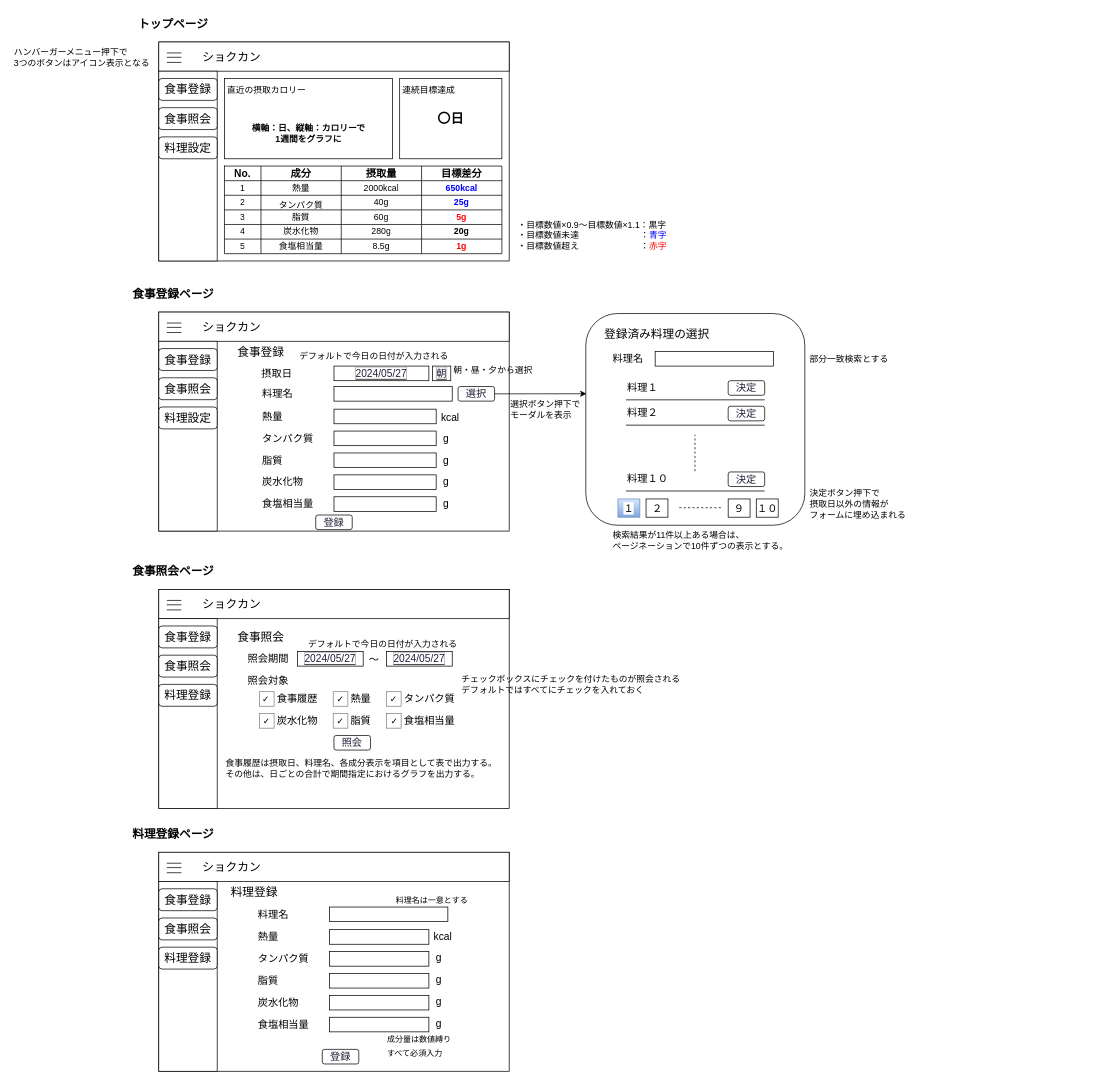
Before: 00_RD_ED_ID/01_画面遷移図.drawio in EijiToriki/mealManagement, a draw.io diagram. Source tidied: cells renumbered, new cells numbered last; positions are measured from the earlier drawing's top-left corner, leaving out a move shared by most shapes. Both pictures are drawn from the tidied source at 73%, with x=0, y=0 at pixel (12, 12).
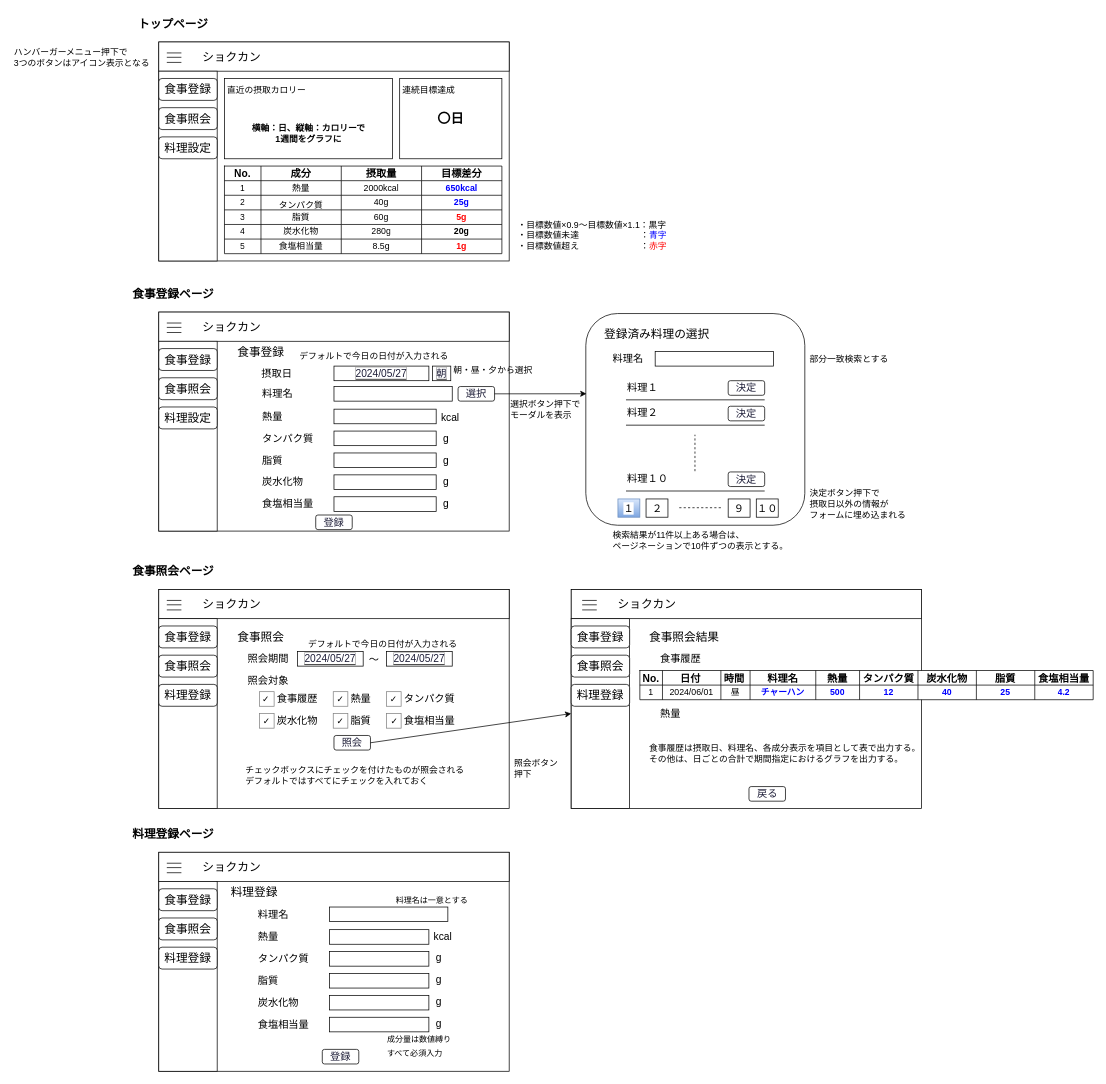
After the change.

The change refers to these unchanged cells:
```xml
<mxCell id="145" value="照会" style="rounded=1;whiteSpace=wrap;html=1;labelBackgroundColor=none;fontSize=14;fontColor=#1e1e38;" parent="1" vertex="1">
  <mxGeometry x="440" y="990" width="50" height="20" as="geometry" />
</mxCell>
```

What changed in the source:
```diff
@@
+    <mxCell id="188" style="rounded=0;whiteSpace=wrap;html=1;fontSize=16;" parent="1" vertex="1">
+      <mxGeometry x="765" y="830" width="80" height="260" as="geometry" />
+    </mxCell>
+    <mxCell id="189" style="rounded=0;whiteSpace=wrap;html=1;" parent="1" vertex="1">
+      <mxGeometry x="765" y="790" width="480" height="300" as="geometry" />
+    </mxCell>
@@
     <mxCell id="138" value="チェックボックスにチェックを付けたものが照会される&lt;br&gt;デフォルトではすべてにチェックを入れておく" style="text;html=1;strokeColor=none;fillColor=none;align=left;verticalAlign=middle;whiteSpace=wrap;rounded=0;fontSize=12;fontColor=#000000;" parent="1" vertex="1">
-      <mxGeometry x="613" y="895" width="327" height="50" as="geometry" />
+      <mxGeometry x="316.5" y="1020" width="327" height="50" as="geometry" />
     </mxCell>
@@
     <mxCell id="148" value="食事履歴は摂取日、料理名、各成分表示を項目として表で出力する。&lt;br&gt;その他は、日ごとの合計で期間指定におけるグラフを出力する。" style="text;html=1;strokeColor=none;fillColor=none;align=left;verticalAlign=middle;whiteSpace=wrap;rounded=0;fontSize=12;fontColor=#000000;" parent="1" vertex="1">
-      <mxGeometry x="290" y="1010" width="380" height="50" as="geometry" />
+      <mxGeometry x="870" y="990" width="380" height="50" as="geometry" />
     </mxCell>
@@
+    <mxCell id="190" style="rounded=0;whiteSpace=wrap;html=1;fontSize=16;" parent="1" vertex="1">
+      <mxGeometry x="765" y="790" width="480" height="40" as="geometry" />
+    </mxCell>
+    <mxCell id="191" style="rounded=0;whiteSpace=wrap;html=1;fontSize=16;" parent="1" vertex="1">
+      <mxGeometry x="765" y="830" width="80" height="260" as="geometry" />
+    </mxCell>
+    <mxCell id="192" value="食事登録" style="rounded=1;whiteSpace=wrap;html=1;fontSize=16;" parent="1" vertex="1">
+      <mxGeometry x="765" y="840" width="80" height="30" as="geometry" />
+    </mxCell>
+    <mxCell id="193" value="食事照会" style="rounded=1;whiteSpace=wrap;html=1;fontSize=16;" parent="1" vertex="1">
+      <mxGeometry x="765" y="880" width="80" height="30" as="geometry" />
+    </mxCell>
+    <mxCell id="194" value="料理登録" style="rounded=1;whiteSpace=wrap;html=1;fontSize=16;" parent="1" vertex="1">
+      <mxGeometry x="765" y="920" width="80" height="30" as="geometry" />
+    </mxCell>
+    <mxCell id="195" value="ショクカン" style="text;html=1;strokeColor=none;fillColor=none;align=center;verticalAlign=middle;whiteSpace=wrap;rounded=0;fontStyle=0;fontSize=16;" parent="1" vertex="1">
+      <mxGeometry x="809" y="795" width="120" height="30" as="geometry" />
+    </mxCell>
+    <mxCell id="196" style="group;" parent="1" vertex="1">
+      <mxGeometry x="780" y="805" width="20" height="13" as="geometry" />
+    </mxCell>
+    <mxCell id="197" style="endArrow=none;html=1;fontSize=16;" parent="196" edge="1">
+      <mxGeometry relative="1" as="geometry">
+        <mxPoint x="20" as="sourcePoint" />
+        <mxPoint as="targetPoint" />
+      </mxGeometry>
+    </mxCell>
+    <mxCell id="198" style="endArrow=none;html=1;fontSize=16;" parent="196" edge="1">
+      <mxGeometry relative="1" as="geometry">
+        <mxPoint x="20" y="6" as="sourcePoint" />
+        <mxPoint y="6" as="targetPoint" />
+      </mxGeometry>
+    </mxCell>
+    <mxCell id="199" style="endArrow=none;html=1;fontSize=16;" parent="196" edge="1">
+      <mxGeometry relative="1" as="geometry">
+        <mxPoint x="20" y="13" as="sourcePoint" />
+        <mxPoint y="13" as="targetPoint" />
+      </mxGeometry>
+    </mxCell>
+    <mxCell id="200" value="食事照会結果" style="text;html=1;strokeColor=none;fillColor=none;align=center;verticalAlign=middle;whiteSpace=wrap;rounded=0;fontStyle=0;fontSize=16;" parent="1" vertex="1">
+      <mxGeometry x="860" y="840" width="120" height="30" as="geometry" />
+    </mxCell>
+    <mxCell id="201" value="食事履歴" style="text;html=1;strokeColor=none;fillColor=none;align=left;verticalAlign=middle;whiteSpace=wrap;rounded=0;fontStyle=0;fontSize=14;" parent="1" vertex="1">
+      <mxGeometry x="885" y="870" width="70" height="30" as="geometry" />
+    </mxCell>
+    <mxCell id="202" style="shape=table;html=1;whiteSpace=wrap;startSize=0;childLayout=tableLayout;fontSize=16;" parent="1" vertex="1">
+      <mxGeometry x="859" y="901" width="621" height="40" as="geometry" />
+    </mxCell>
+    <mxCell id="203" style="shape=tableRow;horizontal=0;startSize=0;swimlaneHead=0;swimlaneBody=0;top=0;left=0;bottom=0;right=0;fillColor=none;fontSize=16;fontStyle=1;" parent="202" vertex="1">
+      <mxGeometry width="621" height="20" as="geometry" />
+    </mxCell>
+    <mxCell id="204" value="&lt;span style=&quot;font-size: 14px;&quot;&gt;No.&lt;/span&gt;" style="shape=partialRectangle;html=1;whiteSpace=wrap;fillColor=none;top=0;left=0;bottom=0;right=0;overflow=hidden;fontSize=14;fontStyle=1;" parent="203" vertex="1">
+      <mxGeometry width="31" height="20" as="geometry" />
+    </mxCell>
+    <mxCell id="205" value="日付&lt;span style=&quot;white-space: pre;&quot;&gt;&#9;&lt;/span&gt;" style="shape=partialRectangle;html=1;whiteSpace=wrap;fillColor=none;top=0;left=0;bottom=0;right=0;overflow=hidden;fontSize=14;fontStyle=1;" parent="203" vertex="1">
+      <mxGeometry x="31" width="80" height="20" as="geometry" />
+    </mxCell>
+    <mxCell id="206" value="時間&lt;span style=&quot;white-space: pre;&quot;&gt;&#9;&lt;/span&gt;" style="shape=partialRectangle;html=1;whiteSpace=wrap;fillColor=none;top=0;left=0;bottom=0;right=0;overflow=hidden;fontSize=14;fontStyle=1;" parent="203" vertex="1">
+      <mxGeometry x="111" width="40" height="20" as="geometry" />
+    </mxCell>
+    <mxCell id="207" value="料理名" style="shape=partialRectangle;html=1;whiteSpace=wrap;fillColor=none;top=0;left=0;bottom=0;right=0;overflow=hidden;fontSize=14;fontStyle=1;" parent="203" vertex="1">
+      <mxGeometry x="151" width="90" height="20" as="geometry" />
+    </mxCell>
+    <mxCell id="208" value="熱量" style="shape=partialRectangle;html=1;whiteSpace=wrap;fillColor=none;top=0;left=0;bottom=0;right=0;overflow=hidden;fontSize=14;fontStyle=1;" parent="203" vertex="1">
+      <mxGeometry x="241" width="60" height="20" as="geometry" />
+    </mxCell>
+    <mxCell id="209" value="タンパク質" style="shape=partialRectangle;html=1;whiteSpace=wrap;fillColor=none;top=0;left=0;bottom=0;right=0;overflow=hidden;fontSize=14;fontStyle=1;" parent="203" vertex="1">
+      <mxGeometry x="301" width="80" height="20" as="geometry" />
+    </mxCell>
+    <mxCell id="210" value="炭水化物" style="shape=partialRectangle;html=1;whiteSpace=wrap;fillColor=none;top=0;left=0;bottom=0;right=0;overflow=hidden;fontSize=14;fontStyle=1;" parent="203" vertex="1">
+      <mxGeometry x="381" width="80" height="20" as="geometry" />
+    </mxCell>
+    <mxCell id="211" value="脂質" style="shape=partialRectangle;html=1;whiteSpace=wrap;fillColor=none;top=0;left=0;bottom=0;right=0;overflow=hidden;fontSize=14;fontStyle=1;" parent="203" vertex="1">
+      <mxGeometry x="461" width="80" height="20" as="geometry" />
+    </mxCell>
+    <mxCell id="212" value="食塩相当量" style="shape=partialRectangle;html=1;whiteSpace=wrap;fillColor=none;top=0;left=0;bottom=0;right=0;overflow=hidden;fontSize=14;fontStyle=1;" parent="203" vertex="1">
+      <mxGeometry x="541" width="80" height="20" as="geometry" />
+    </mxCell>
+    <mxCell id="213" style="shape=tableRow;horizontal=0;startSize=0;swimlaneHead=0;swimlaneBody=0;top=0;left=0;bottom=0;right=0;fillColor=none;fontSize=16;" parent="202" vertex="1">
+      <mxGeometry y="20" width="621" height="20" as="geometry" />
+    </mxCell>
+    <mxCell id="214" value="1" style="shape=partialRectangle;html=1;whiteSpace=wrap;fillColor=none;top=0;left=0;bottom=0;right=0;overflow=hidden;fontSize=12;" parent="213" vertex="1">
+      <mxGeometry width="31" height="20" as="geometry" />
+    </mxCell>
+    <mxCell id="215" value="2024/06/01" style="shape=partialRectangle;html=1;whiteSpace=wrap;fillColor=none;top=0;left=0;bottom=0;right=0;overflow=hidden;fontSize=12;" parent="213" vertex="1">
+      <mxGeometry x="31" width="80" height="20" as="geometry" />
+    </mxCell>
+    <mxCell id="216" value="昼" style="shape=partialRectangle;html=1;whiteSpace=wrap;fillColor=none;top=0;left=0;bottom=0;right=0;overflow=hidden;fontSize=12;" parent="213" vertex="1">
+      <mxGeometry x="111" width="40" height="20" as="geometry" />
+    </mxCell>
+    <mxCell id="217" value="チャーハン" style="shape=partialRectangle;html=1;whiteSpace=wrap;fillColor=none;top=0;left=0;bottom=0;right=0;overflow=hidden;fontSize=12;fontColor=#0000FF;fontStyle=1;" parent="213" vertex="1">
+      <mxGeometry x="151" width="90" height="20" as="geometry" />
+    </mxCell>
+    <mxCell id="218" value="500" style="shape=partialRectangle;html=1;whiteSpace=wrap;fillColor=none;top=0;left=0;bottom=0;right=0;overflow=hidden;fontSize=12;fontColor=#0000FF;fontStyle=1;" parent="213" vertex="1">
+      <mxGeometry x="241" width="60" height="20" as="geometry" />
+    </mxCell>
+    <mxCell id="219" value="12" style="shape=partialRectangle;html=1;whiteSpace=wrap;fillColor=none;top=0;left=0;bottom=0;right=0;overflow=hidden;fontSize=12;fontColor=#0000FF;fontStyle=1;" parent="213" vertex="1">
+      <mxGeometry x="301" width="80" height="20" as="geometry" />
+    </mxCell>
+    <mxCell id="220" value="40" style="shape=partialRectangle;html=1;whiteSpace=wrap;fillColor=none;top=0;left=0;bottom=0;right=0;overflow=hidden;fontSize=12;fontColor=#0000FF;fontStyle=1;" parent="213" vertex="1">
+      <mxGeometry x="381" width="80" height="20" as="geometry" />
+    </mxCell>
+    <mxCell id="221" value="25" style="shape=partialRectangle;html=1;whiteSpace=wrap;fillColor=none;top=0;left=0;bottom=0;right=0;overflow=hidden;fontSize=12;fontColor=#0000FF;fontStyle=1;" parent="213" vertex="1">
+      <mxGeometry x="461" width="80" height="20" as="geometry" />
+    </mxCell>
+    <mxCell id="222" value="4.2" style="shape=partialRectangle;html=1;whiteSpace=wrap;fillColor=none;top=0;left=0;bottom=0;right=0;overflow=hidden;fontSize=12;fontColor=#0000FF;fontStyle=1;" parent="213" vertex="1">
+      <mxGeometry x="541" width="80" height="20" as="geometry" />
+    </mxCell>
+    <mxCell id="223" value="熱量" style="text;html=1;strokeColor=none;fillColor=none;align=left;verticalAlign=middle;whiteSpace=wrap;rounded=0;fontStyle=0;fontSize=14;" parent="1" vertex="1">
+      <mxGeometry x="885" y="945" width="70" height="30" as="geometry" />
+    </mxCell>
+    <mxCell id="224" value="照会ボタン&lt;br&gt;押下" style="text;html=1;strokeColor=none;fillColor=none;align=left;verticalAlign=middle;whiteSpace=wrap;rounded=0;fontSize=12;fontColor=#000000;" parent="1" vertex="1">
+      <mxGeometry x="685" y="1010" width="130" height="50" as="geometry" />
+    </mxCell>
+    <mxCell id="225" style="endArrow=classic;html=1;fontSize=14;fontColor=#1e1e38;exitX=1;exitY=0.5;exitDx=0;exitDy=0;entryX=0;entryY=0.5;entryDx=0;entryDy=0;" parent="1" edge="1" source="145" target="191">
+      <mxGeometry relative="1" as="geometry" />
+    </mxCell>
+    <mxCell id="226" value="戻る" style="rounded=1;whiteSpace=wrap;html=1;labelBackgroundColor=none;fontSize=14;fontColor=#1e1e38;" parent="1" vertex="1">
+      <mxGeometry x="1008.5" y="1060" width="50" height="20" as="geometry" />
+    </mxCell>
```
